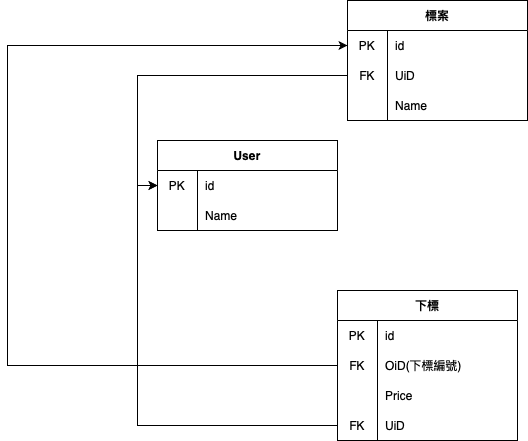
Before: SE-W11.drawio.png, a diagram exported from draw.io (wzr0728/1111SE-W11). Source tidied: cells renumbered, new cells last; positions are measured from the earlier drawing's top-left corner, leaving out a move shared by most shapes. Its diagram source:
```xml
<mxGraphModel>
  <root>
    <mxCell id="0" />
    <mxCell id="1" parent="0" />
    <mxCell id="2" value="User" style="shape=table;startSize=30;rowLines=0;fontStyle=1;" parent="1" vertex="1">
      <mxGeometry x="150" y="140" width="180" height="90" as="geometry" />
    </mxCell>
    <mxCell id="3" style="shape=tableRow;horizontal=0;startSize=0;swimlaneHead=0;swimlaneBody=0;top=0;left=0;bottom=0;right=0;fillColor=none;points=[[0,0.5],[1,0.5]];portConstraint=eastwest;" parent="2" vertex="1">
      <mxGeometry y="30" width="180" height="30" as="geometry" />
    </mxCell>
    <mxCell id="4" value="PK" style="shape=partialRectangle;html=1;whiteSpace=wrap;fillColor=none;top=0;left=0;bottom=0;right=0;overflow=hidden;" parent="3" vertex="1">
      <mxGeometry width="40" height="30" as="geometry" />
    </mxCell>
    <mxCell id="5" value="id" style="shape=partialRectangle;html=1;whiteSpace=wrap;fillColor=none;top=0;left=0;bottom=0;right=0;align=left;spacingLeft=6;overflow=hidden;" parent="3" vertex="1">
      <mxGeometry x="40" width="140" height="30" as="geometry" />
    </mxCell>
    <mxCell id="6" style="shape=tableRow;horizontal=0;startSize=0;swimlaneHead=0;swimlaneBody=0;top=0;left=0;bottom=0;right=0;fillColor=none;" parent="2" vertex="1">
      <mxGeometry y="60" width="180" height="30" as="geometry" />
    </mxCell>
    <mxCell id="7" style="shape=partialRectangle;html=1;whiteSpace=wrap;fillColor=none;top=0;left=0;bottom=0;right=0;overflow=hidden;" parent="6" vertex="1">
      <mxGeometry width="40" height="30" as="geometry" />
    </mxCell>
    <mxCell id="8" value="Name" style="shape=partialRectangle;html=1;whiteSpace=wrap;fillColor=none;top=0;left=0;bottom=0;right=0;align=left;spacingLeft=6;overflow=hidden;" parent="6" vertex="1">
      <mxGeometry x="40" width="140" height="30" as="geometry" />
    </mxCell>
    <mxCell id="9" value="下標" style="shape=table;startSize=30;rowLines=0;fontStyle=1;" parent="1" vertex="1">
      <mxGeometry x="330" y="290" width="180" height="150" as="geometry" />
    </mxCell>
    <mxCell id="10" style="shape=tableRow;horizontal=0;startSize=0;swimlaneHead=0;swimlaneBody=0;top=0;left=0;bottom=0;right=0;fillColor=none;" parent="9" vertex="1">
      <mxGeometry y="30" width="180" height="30" as="geometry" />
    </mxCell>
    <mxCell id="11" value="PK" style="shape=partialRectangle;html=1;whiteSpace=wrap;fillColor=none;top=0;left=0;bottom=0;right=0;overflow=hidden;" parent="10" vertex="1">
      <mxGeometry width="40" height="30" as="geometry" />
    </mxCell>
    <mxCell id="12" value="id" style="shape=partialRectangle;html=1;whiteSpace=wrap;fillColor=none;top=0;left=0;bottom=0;right=0;align=left;spacingLeft=6;overflow=hidden;" parent="10" vertex="1">
      <mxGeometry x="40" width="140" height="30" as="geometry" />
    </mxCell>
    <mxCell id="13" style="shape=tableRow;horizontal=0;startSize=0;swimlaneHead=0;swimlaneBody=0;top=0;left=0;bottom=0;right=0;fillColor=none;points=[[0,0.5],[1,0.5]];portConstraint=eastwest;" parent="9" vertex="1">
      <mxGeometry y="60" width="180" height="30" as="geometry" />
    </mxCell>
    <mxCell id="14" value="FK" style="shape=partialRectangle;html=1;whiteSpace=wrap;fillColor=none;top=0;left=0;bottom=0;right=0;overflow=hidden;" parent="13" vertex="1">
      <mxGeometry width="40" height="30" as="geometry" />
    </mxCell>
    <mxCell id="15" value="OiD(下標編號)" style="shape=partialRectangle;html=1;whiteSpace=wrap;fillColor=none;top=0;left=0;bottom=0;right=0;align=left;spacingLeft=6;overflow=hidden;" parent="13" vertex="1">
      <mxGeometry x="40" width="140" height="30" as="geometry" />
    </mxCell>
    <mxCell id="16" style="shape=tableRow;horizontal=0;startSize=0;swimlaneHead=0;swimlaneBody=0;top=0;left=0;bottom=0;right=0;fillColor=none;" parent="9" vertex="1">
      <mxGeometry y="90" width="180" height="30" as="geometry" />
    </mxCell>
    <mxCell id="17" style="shape=partialRectangle;html=1;whiteSpace=wrap;fillColor=none;top=0;left=0;bottom=0;right=0;overflow=hidden;" parent="16" vertex="1">
      <mxGeometry width="40" height="30" as="geometry" />
    </mxCell>
    <mxCell id="18" value="Price" style="shape=partialRectangle;html=1;whiteSpace=wrap;fillColor=none;top=0;left=0;bottom=0;right=0;align=left;spacingLeft=6;overflow=hidden;" parent="16" vertex="1">
      <mxGeometry x="40" width="140" height="30" as="geometry" />
    </mxCell>
    <mxCell id="19" style="shape=tableRow;horizontal=0;startSize=0;swimlaneHead=0;swimlaneBody=0;top=0;left=0;bottom=0;right=0;fillColor=none;points=[[0,0.5],[1,0.5]];portConstraint=eastwest;" parent="9" vertex="1">
      <mxGeometry y="120" width="180" height="30" as="geometry" />
    </mxCell>
    <mxCell id="20" value="FK" style="shape=partialRectangle;html=1;whiteSpace=wrap;fillColor=none;top=0;left=0;bottom=0;right=0;overflow=hidden;" parent="19" vertex="1">
      <mxGeometry width="40" height="30" as="geometry" />
    </mxCell>
    <mxCell id="21" value="UiD" style="shape=partialRectangle;html=1;whiteSpace=wrap;fillColor=none;top=0;left=0;bottom=0;right=0;align=left;spacingLeft=6;overflow=hidden;" parent="19" vertex="1">
      <mxGeometry x="40" width="140" height="30" as="geometry" />
    </mxCell>
    <mxCell id="22" value="標案" style="shape=table;startSize=30;rowLines=0;fontStyle=1;" parent="1" vertex="1">
      <mxGeometry x="340" width="180" height="120" as="geometry" />
    </mxCell>
    <mxCell id="23" style="shape=tableRow;horizontal=0;startSize=0;swimlaneHead=0;swimlaneBody=0;top=0;left=0;bottom=0;right=0;fillColor=none;points=[[0,0.5],[1,0.5]];portConstraint=eastwest;" parent="22" vertex="1">
      <mxGeometry y="30" width="180" height="30" as="geometry" />
    </mxCell>
    <mxCell id="24" value="PK" style="shape=partialRectangle;html=1;whiteSpace=wrap;fillColor=none;top=0;left=0;bottom=0;right=0;overflow=hidden;" parent="23" vertex="1">
      <mxGeometry width="40" height="30" as="geometry" />
    </mxCell>
    <mxCell id="25" value="id" style="shape=partialRectangle;html=1;whiteSpace=wrap;fillColor=none;top=0;left=0;bottom=0;right=0;align=left;spacingLeft=6;overflow=hidden;" parent="23" vertex="1">
      <mxGeometry x="40" width="140" height="30" as="geometry" />
    </mxCell>
    <mxCell id="26" style="shape=tableRow;horizontal=0;startSize=0;swimlaneHead=0;swimlaneBody=0;top=0;left=0;bottom=0;right=0;fillColor=none;points=[[0,0.5],[1,0.5]];portConstraint=eastwest;" parent="22" vertex="1">
      <mxGeometry y="60" width="180" height="30" as="geometry" />
    </mxCell>
    <mxCell id="27" value="FK" style="shape=partialRectangle;html=1;whiteSpace=wrap;fillColor=none;top=0;left=0;bottom=0;right=0;overflow=hidden;" parent="26" vertex="1">
      <mxGeometry width="40" height="30" as="geometry" />
    </mxCell>
    <mxCell id="28" value="UiD" style="shape=partialRectangle;html=1;whiteSpace=wrap;fillColor=none;top=0;left=0;bottom=0;right=0;align=left;spacingLeft=6;overflow=hidden;" parent="26" vertex="1">
      <mxGeometry x="40" width="140" height="30" as="geometry" />
    </mxCell>
    <mxCell id="29" style="shape=tableRow;horizontal=0;startSize=0;swimlaneHead=0;swimlaneBody=0;top=0;left=0;bottom=0;right=0;fillColor=none;" parent="22" vertex="1">
      <mxGeometry y="90" width="180" height="30" as="geometry" />
    </mxCell>
    <mxCell id="30" style="shape=partialRectangle;html=1;whiteSpace=wrap;fillColor=none;top=0;left=0;bottom=0;right=0;overflow=hidden;" parent="29" vertex="1">
      <mxGeometry width="40" height="30" as="geometry" />
    </mxCell>
    <mxCell id="31" value="Name" style="shape=partialRectangle;html=1;whiteSpace=wrap;fillColor=none;top=0;left=0;bottom=0;right=0;align=left;spacingLeft=6;overflow=hidden;" parent="29" vertex="1">
      <mxGeometry x="40" width="140" height="30" as="geometry" />
    </mxCell>
    <mxCell id="32" style="edgeStyle=orthogonalEdgeStyle;rounded=0;jettySize=auto;html=1;exitX=0;exitY=0.5;exitDx=0;exitDy=0;entryX=0;entryY=0.5;entryDx=0;entryDy=0;" parent="1" edge="1" source="26" target="3">
      <mxGeometry relative="1" as="geometry" />
    </mxCell>
    <mxCell id="33" style="edgeStyle=orthogonalEdgeStyle;rounded=0;jettySize=auto;html=1;exitX=0;exitY=0.5;exitDx=0;exitDy=0;entryX=0;entryY=0.5;entryDx=0;entryDy=0;" parent="1" edge="1" source="19" target="3">
      <mxGeometry relative="1" as="geometry" />
    </mxCell>
    <mxCell id="34" style="edgeStyle=orthogonalEdgeStyle;rounded=0;jettySize=auto;html=1;exitX=0;exitY=0.5;exitDx=0;exitDy=0;entryX=0;entryY=0.5;entryDx=0;entryDy=0;" parent="1" edge="1" source="13" target="23">
      <mxGeometry relative="1" as="geometry">
        <Array as="points">
          <mxPoint y="365" />
          <mxPoint y="45" />
        </Array>
      </mxGeometry>
    </mxCell>
  </root>
</mxGraphModel>
```
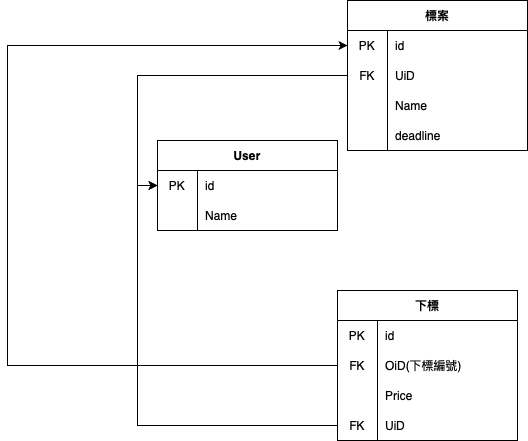
After the change.

What changed in the source:
```diff
@@ -63,7 +63,7 @@
       <mxGeometry x="40" width="140" height="30" as="geometry" />
     </mxCell>
     <mxCell id="22" value="標案" style="shape=table;startSize=30;rowLines=0;fontStyle=1;" parent="1" vertex="1">
-      <mxGeometry x="340" width="180" height="120" as="geometry" />
+      <mxGeometry x="340" width="180" height="150" as="geometry" />
     </mxCell>
     <mxCell id="23" style="shape=tableRow;horizontal=0;startSize=0;swimlaneHead=0;swimlaneBody=0;top=0;left=0;bottom=0;right=0;fillColor=none;points=[[0,0.5],[1,0.5]];portConstraint=eastwest;" parent="22" vertex="1">
       <mxGeometry y="30" width="180" height="30" as="geometry" />
@@ -92,6 +92,15 @@
     <mxCell id="31" value="Name" style="shape=partialRectangle;html=1;whiteSpace=wrap;fillColor=none;top=0;left=0;bottom=0;right=0;align=left;spacingLeft=6;overflow=hidden;" parent="29" vertex="1">
       <mxGeometry x="40" width="140" height="30" as="geometry" />
     </mxCell>
+    <mxCell id="35" style="shape=tableRow;horizontal=0;startSize=0;swimlaneHead=0;swimlaneBody=0;top=0;left=0;bottom=0;right=0;fillColor=none;" parent="22" vertex="1">
+      <mxGeometry y="120" width="180" height="30" as="geometry" />
+    </mxCell>
+    <mxCell id="36" style="shape=partialRectangle;html=1;whiteSpace=wrap;fillColor=none;top=0;left=0;bottom=0;right=0;overflow=hidden;" parent="35" vertex="1">
+      <mxGeometry width="40" height="30" as="geometry" />
+    </mxCell>
+    <mxCell id="37" value="deadline" style="shape=partialRectangle;html=1;whiteSpace=wrap;fillColor=none;top=0;left=0;bottom=0;right=0;align=left;spacingLeft=6;overflow=hidden;" parent="35" vertex="1">
+      <mxGeometry x="40" width="140" height="30" as="geometry" />
+    </mxCell>
     <mxCell id="32" style="edgeStyle=orthogonalEdgeStyle;rounded=0;jettySize=auto;html=1;exitX=0;exitY=0.5;exitDx=0;exitDy=0;entryX=0;entryY=0.5;entryDx=0;entryDy=0;" parent="1" edge="1" source="26" target="3">
       <mxGeometry relative="1" as="geometry" />
     </mxCell>
```
